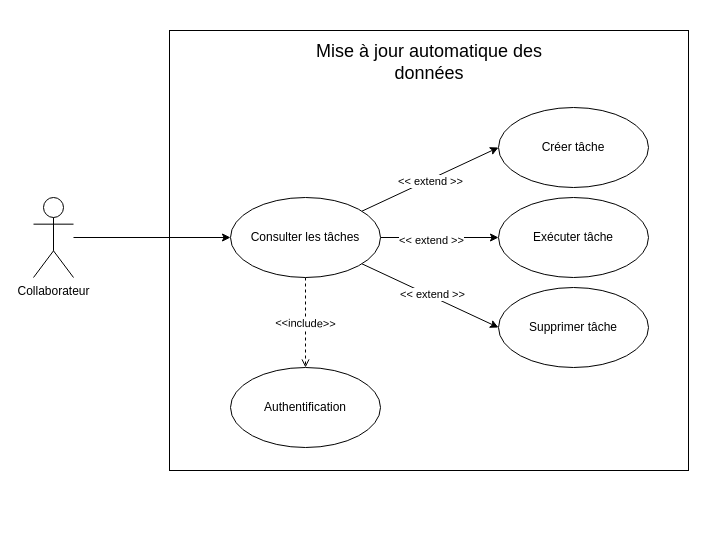
The draw.io diagram useCaseMicroservice.drawio in mbaananou/diagramsPipelette, before the edit. Source tidied: cells renumbered, new cells numbered last; positions are measured from the earlier drawing's top-left corner, leaving out a move shared by most shapes. Both pictures are drawn from the tidied source at 100%, with x=0, y=0 at pixel (33, 30).
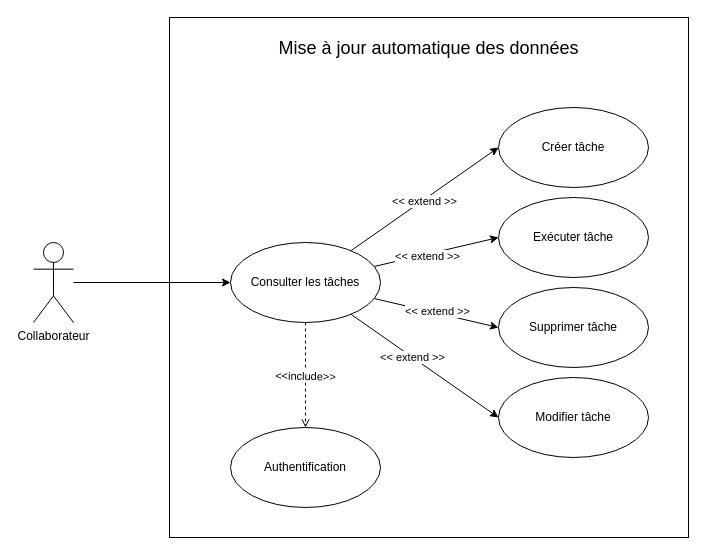
The same page after the edit.

What changed in the source:
```diff
@@
     <mxCell id="2" style="whiteSpace=wrap;html=1;" parent="1" vertex="1">
-      <mxGeometry x="136" width="519" height="440" as="geometry" />
+      <mxGeometry x="136" y="-13" width="519" height="520" as="geometry" />
     </mxCell>
@@
     <mxCell id="4" value="Collaborateur&lt;div&gt;&lt;br&gt;&lt;/div&gt;" style="shape=umlActor;verticalLabelPosition=bottom;verticalAlign=top;html=1;" parent="1" vertex="1">
-      <mxGeometry y="167" width="40" height="80" as="geometry" />
+      <mxGeometry y="212" width="40" height="80" as="geometry" />
     </mxCell>
@@
+    <mxCell id="20" style="rounded=0;jettySize=auto;html=1;entryX=0;entryY=0.5;entryDx=0;entryDy=0;" parent="1" edge="1" source="13" target="23">
+      <mxGeometry relative="1" as="geometry" />
+    </mxCell>
+    <mxCell id="21" value="&amp;lt;&amp;lt; extend &amp;gt;&amp;gt;" style="edgeLabel;html=1;align=center;verticalAlign=middle;" parent="20" vertex="1">
+      <mxGeometry x="-0.17" relative="1" as="geometry" />
+    </mxCell>
     <mxCell id="13" value="Consulter les tâches" style="ellipse;whiteSpace=wrap;html=1;" parent="1" vertex="1">
-      <mxGeometry x="197" y="167" width="150" height="80" as="geometry" />
+      <mxGeometry x="197" y="212" width="150" height="80" as="geometry" />
     </mxCell>
     <mxCell id="14" value="Authentification" style="ellipse;whiteSpace=wrap;html=1;" parent="1" vertex="1">
-      <mxGeometry x="197" y="337" width="150" height="80" as="geometry" />
+      <mxGeometry x="197" y="397" width="150" height="80" as="geometry" />
     </mxCell>
+    <mxCell id="19" value="Mise à jour automatique des données" style="text;html=1;align=center;verticalAlign=middle;whiteSpace=wrap;rounded=0;fontSize=18;" parent="1" vertex="1">
+      <mxGeometry x="238" y="-1" width="315" height="38" as="geometry" />
+    </mxCell>
+    <mxCell id="22" style="group;" parent="1" vertex="1">
+      <mxGeometry x="465" y="77" width="150" height="350" as="geometry" />
+    </mxCell>
-    <mxCell id="15" style="group;" parent="1" vertex="1">
-      <mxGeometry x="465" y="77" width="150" height="260" as="geometry" />
+    <mxCell id="15" style="group;" parent="22" vertex="1">
+      <mxGeometry width="150" height="260" as="geometry" />
     </mxCell>
@@
-    <mxCell id="19" value="Mise à jour automatique des données" style="text;html=1;align=center;verticalAlign=middle;whiteSpace=wrap;rounded=0;fontSize=18;" parent="1" vertex="1">
-      <mxGeometry x="270.5" y="17" width="250" height="30" as="geometry" />
-    </mxCell>
+    <mxCell id="23" value="Modifier tâche" style="ellipse;whiteSpace=wrap;html=1;" parent="22" vertex="1">
+      <mxGeometry y="270" width="150" height="80" as="geometry" />
+    </mxCell>
```
